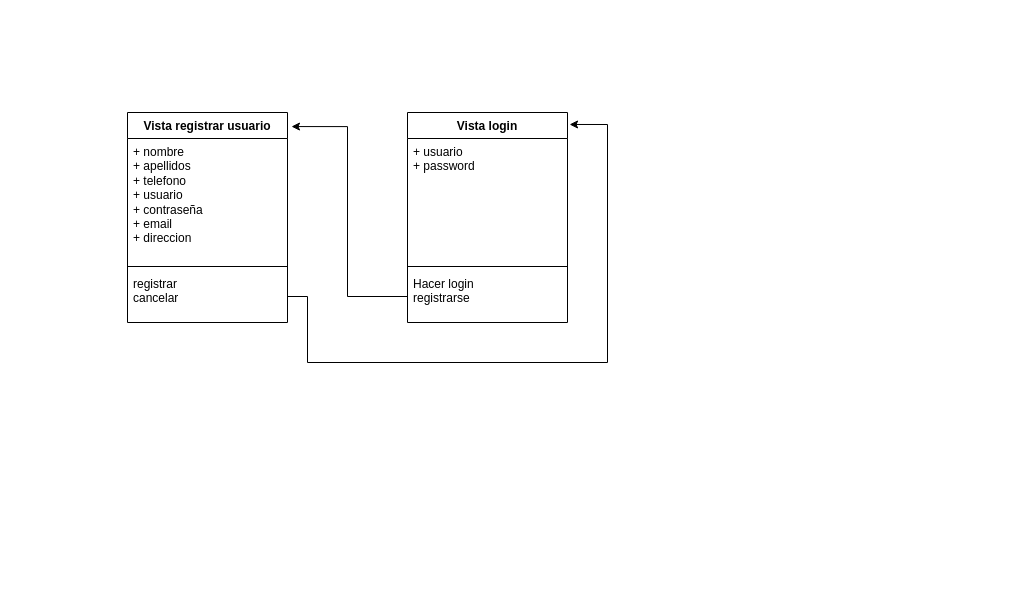
The draw.io diagram nueva_vista.drawio in Aeyoz/dor-ayoze, before the edit. Source tidied: cells renumbered, new cells numbered last; positions are measured from the earlier drawing's top-left corner, leaving out a move shared by most shapes. Both pictures are drawn from the tidied source at 100%, with x=0, y=0 at pixel (127, 112).
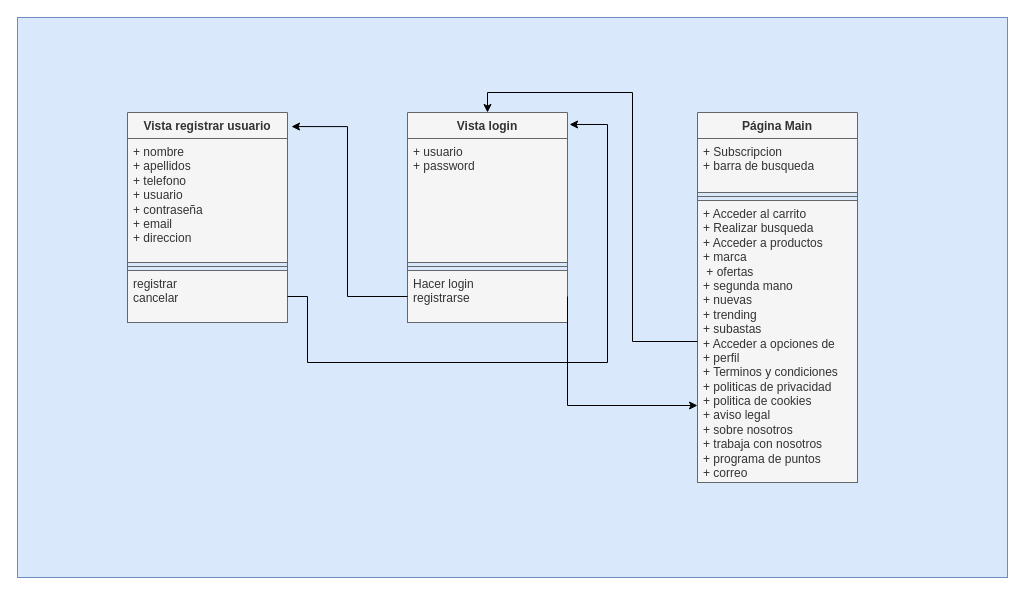
The same page after the edit.

Diff of the diagram source:
```diff
@@
+    <mxCell id="12" style="rounded=0;whiteSpace=wrap;html=1;fillColor=#dae8fc;strokeColor=#6c8ebf;" parent="1" vertex="1">
+      <mxGeometry x="-110" y="-95" width="990" height="560" as="geometry" />
+    </mxCell>
-    <mxCell id="2" value="Vista registrar usuario" style="swimlane;fontStyle=1;align=center;verticalAlign=top;horizontal=1;startSize=26;whiteSpace=wrap;html=1;" parent="1" vertex="1">
+    <mxCell id="2" value="Vista registrar usuario" style="swimlane;fontStyle=1;align=center;verticalAlign=top;horizontal=1;startSize=26;whiteSpace=wrap;html=1;fillColor=#f5f5f5;fontColor=#333333;strokeColor=#666666;" parent="1" vertex="1">
       <mxGeometry width="160" height="210" as="geometry" />
     </mxCell>
-    <mxCell id="3" value="&lt;div&gt;+ nombre&lt;/div&gt;&lt;div&gt;+ apellidos&lt;/div&gt;&lt;div&gt;+ telefono&lt;/div&gt;&lt;div&gt;+ usuario&lt;br&gt;&lt;/div&gt;&lt;div&gt;+ contraseña&lt;br&gt;&lt;/div&gt;&lt;div&gt;+ email&lt;/div&gt;&lt;div&gt;+ direccion&lt;br&gt;&lt;/div&gt;" style="text;strokeColor=none;fillColor=none;align=left;verticalAlign=top;spacingLeft=4;spacingRight=4;overflow=hidden;whiteSpace=wrap;html=1;" parent="2" vertex="1">
+    <mxCell id="3" value="&lt;div&gt;+ nombre&lt;/div&gt;&lt;div&gt;+ apellidos&lt;/div&gt;&lt;div&gt;+ telefono&lt;/div&gt;&lt;div&gt;+ usuario&lt;br&gt;&lt;/div&gt;&lt;div&gt;+ contraseña&lt;br&gt;&lt;/div&gt;&lt;div&gt;+ email&lt;/div&gt;&lt;div&gt;+ direccion&lt;br&gt;&lt;/div&gt;" style="text;strokeColor=#666666;fillColor=#f5f5f5;align=left;verticalAlign=top;spacingLeft=4;spacingRight=4;overflow=hidden;whiteSpace=wrap;html=1;fontColor=#333333;" parent="2" vertex="1">
       <mxGeometry y="26" width="160" height="124" as="geometry" />
     </mxCell>
@@
-    <mxCell id="5" value="&lt;div&gt;registrar&lt;/div&gt;&lt;div&gt;cancelar&lt;/div&gt;" style="text;strokeColor=none;fillColor=none;align=left;verticalAlign=top;spacingLeft=4;spacingRight=4;overflow=hidden;points=[[0,0.5],[1,0.5]];portConstraint=eastwest;whiteSpace=wrap;html=1;" parent="2" vertex="1">
+    <mxCell id="5" value="&lt;div&gt;registrar&lt;/div&gt;&lt;div&gt;cancelar&lt;/div&gt;" style="text;strokeColor=#666666;fillColor=#f5f5f5;align=left;verticalAlign=top;spacingLeft=4;spacingRight=4;overflow=hidden;points=[[0,0.5],[1,0.5]];portConstraint=eastwest;whiteSpace=wrap;html=1;fontColor=#333333;" parent="2" vertex="1">
       <mxGeometry y="158" width="160" height="52" as="geometry" />
     </mxCell>
-    <mxCell id="6" value="Vista login" style="swimlane;fontStyle=1;align=center;verticalAlign=top;horizontal=1;startSize=26;whiteSpace=wrap;html=1;" parent="1" vertex="1">
+    <mxCell id="6" value="Vista login" style="swimlane;fontStyle=1;align=center;verticalAlign=top;horizontal=1;startSize=26;whiteSpace=wrap;html=1;fillColor=#f5f5f5;fontColor=#333333;strokeColor=#666666;" parent="1" vertex="1">
       <mxGeometry x="280" width="160" height="210" as="geometry" />
     </mxCell>
-    <mxCell id="7" value="&lt;div&gt;+ usuario&lt;/div&gt;&lt;div&gt;+ password&lt;br&gt;&lt;/div&gt;" style="text;strokeColor=none;fillColor=none;align=left;verticalAlign=top;spacingLeft=4;spacingRight=4;overflow=hidden;whiteSpace=wrap;html=1;" parent="6" vertex="1">
+    <mxCell id="7" value="&lt;div&gt;+ usuario&lt;/div&gt;&lt;div&gt;+ password&lt;br&gt;&lt;/div&gt;" style="text;strokeColor=#666666;fillColor=#f5f5f5;align=left;verticalAlign=top;spacingLeft=4;spacingRight=4;overflow=hidden;whiteSpace=wrap;html=1;fontColor=#333333;" parent="6" vertex="1">
       <mxGeometry y="26" width="160" height="124" as="geometry" />
     </mxCell>
@@
-    <mxCell id="9" value="&lt;div&gt;Hacer login&lt;/div&gt;&lt;div&gt;registrarse&lt;br&gt;&lt;/div&gt;" style="text;strokeColor=none;fillColor=none;align=left;verticalAlign=top;spacingLeft=4;spacingRight=4;overflow=hidden;points=[[0,0.5],[1,0.5]];portConstraint=eastwest;whiteSpace=wrap;html=1;" parent="6" vertex="1">
+    <mxCell id="9" value="&lt;div&gt;Hacer login&lt;/div&gt;&lt;div&gt;registrarse&lt;br&gt;&lt;/div&gt;" style="text;strokeColor=#666666;fillColor=#f5f5f5;align=left;verticalAlign=top;spacingLeft=4;spacingRight=4;overflow=hidden;points=[[0,0.5],[1,0.5]];portConstraint=eastwest;whiteSpace=wrap;html=1;fontColor=#333333;" parent="6" vertex="1">
       <mxGeometry y="158" width="160" height="52" as="geometry" />
     </mxCell>
@@
+    <mxCell id="13" value="Página Main" style="swimlane;fontStyle=1;align=center;verticalAlign=top;horizontal=1;startSize=26;whiteSpace=wrap;html=1;fillColor=#f5f5f5;fontColor=#333333;strokeColor=#666666;" parent="1" vertex="1">
+      <mxGeometry x="570" width="160" height="370" as="geometry" />
+    </mxCell>
+    <mxCell id="14" value="&lt;div&gt;+ Subscripcion&lt;br&gt;&lt;/div&gt;&lt;div&gt;+ barra de busqueda&lt;br&gt;&lt;/div&gt;" style="text;strokeColor=#666666;fillColor=#f5f5f5;align=left;verticalAlign=top;spacingLeft=4;spacingRight=4;overflow=hidden;whiteSpace=wrap;html=1;fontColor=#333333;" parent="13" vertex="1">
+      <mxGeometry y="26" width="160" height="54" as="geometry" />
+    </mxCell>
+    <mxCell id="15" style="line;strokeWidth=1;fillColor=none;align=left;verticalAlign=middle;spacingTop=-1;spacingLeft=3;spacingRight=3;labelPosition=right;strokeColor=inherit;" parent="13" vertex="1">
+      <mxGeometry y="80" width="160" height="8" as="geometry" />
+    </mxCell>
+    <mxCell id="16" value="&lt;div&gt;+ Acceder al carrito&lt;/div&gt;&lt;div&gt;+ Realizar busqueda&lt;/div&gt;&lt;div&gt;+ Acceder a productos&lt;/div&gt;&lt;div&gt;+ marca&lt;/div&gt;&lt;div&gt;&amp;nbsp;+ ofertas&lt;/div&gt;&lt;div&gt;+ segunda mano&lt;/div&gt;&lt;div&gt;+ nuevas&lt;/div&gt;&lt;div&gt;+ trending&lt;br&gt;&lt;/div&gt;&lt;div&gt;+ subastas&lt;/div&gt;&lt;div&gt;+ Acceder a opciones de&amp;nbsp;&lt;/div&gt;&lt;div&gt;+ perfil&lt;/div&gt;&lt;div&gt;+ Terminos y condiciones &lt;/div&gt;&lt;div&gt;+ politicas de privacidad&lt;br&gt;&lt;/div&gt;&lt;div&gt;+ politica de cookies&lt;/div&gt;&lt;div&gt;+ aviso legal&lt;br&gt;&lt;/div&gt;&lt;div&gt;+ sobre nosotros&lt;br&gt;&lt;/div&gt;&lt;div&gt;+ trabaja con nosotros&lt;/div&gt;&lt;div&gt;+ programa de puntos&lt;/div&gt;&lt;div&gt;+ correo&lt;/div&gt;&lt;div&gt;&lt;br&gt;&lt;/div&gt;" style="text;strokeColor=#666666;fillColor=#f5f5f5;align=left;verticalAlign=top;spacingLeft=4;spacingRight=4;overflow=hidden;points=[[0,0.5],[1,0.5]];portConstraint=eastwest;whiteSpace=wrap;html=1;fontColor=#333333;" parent="13" vertex="1">
+      <mxGeometry y="88" width="160" height="282" as="geometry" />
+    </mxCell>
+    <mxCell id="17" style="edgeStyle=orthogonalEdgeStyle;rounded=0;jettySize=auto;html=1;entryX=0.5;entryY=0;entryDx=0;entryDy=0;" parent="1" edge="1" source="16" target="6">
+      <mxGeometry relative="1" as="geometry" />
+    </mxCell>
+    <mxCell id="18" style="edgeStyle=orthogonalEdgeStyle;rounded=0;jettySize=auto;html=1;exitX=1;exitY=0.5;exitDx=0;exitDy=0;entryX=0;entryY=0.727;entryDx=0;entryDy=0;entryPerimeter=0;" parent="1" edge="1" source="9" target="16">
+      <mxGeometry relative="1" as="geometry">
+        <Array as="points">
+          <mxPoint x="440" y="293" />
+        </Array>
+      </mxGeometry>
+    </mxCell>
```
